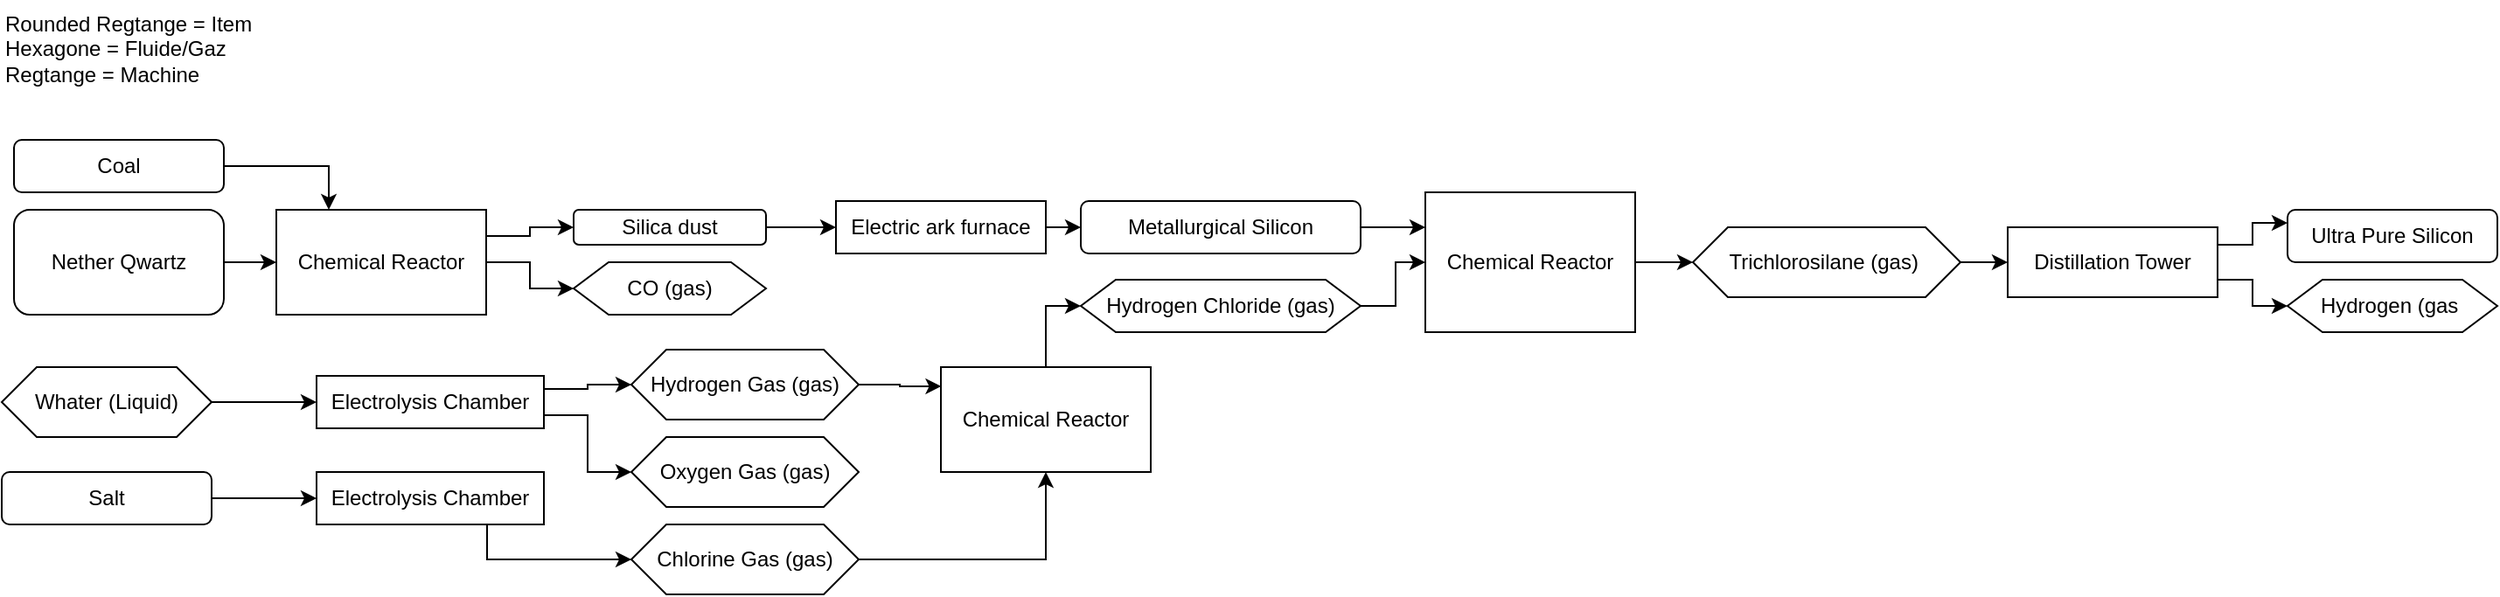
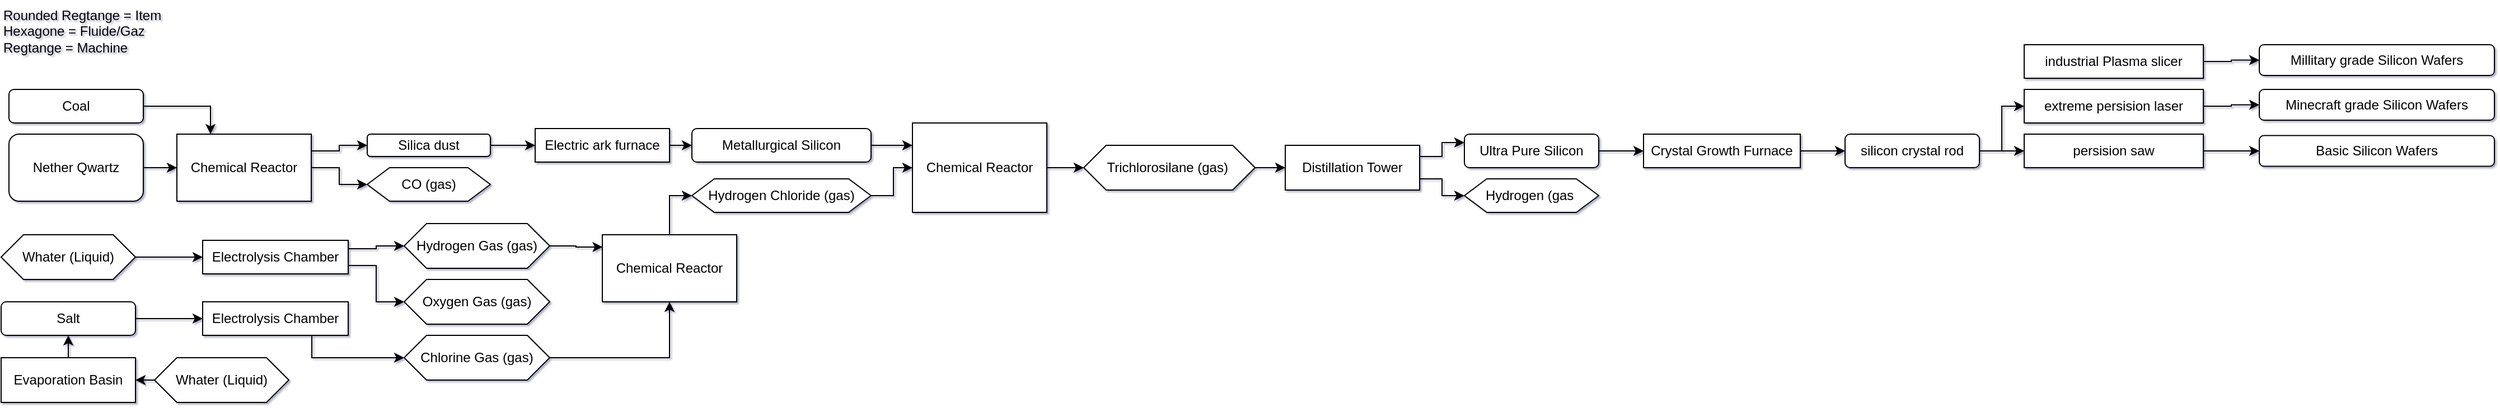
<mxfile host="Electron">
  <diagram name="Page-1" id="UTs_a_HMrb7OMIBYMdIO">
-     <mxGraphModel dx="857" dy="539" grid="1" gridSize="10" guides="1" tooltips="1" connect="1" arrows="1" fold="1" page="1" pageScale="1" pageWidth="827" pageHeight="1169" math="0" shadow="0">
+     <mxGraphModel dx="1768" dy="1111" grid="1" gridSize="10" guides="1" tooltips="1" connect="1" arrows="1" fold="1" page="1" pageScale="1" pageWidth="827" pageHeight="1169" background="none" math="0" shadow="1">
      <root>
        <mxCell id="0" />
        <mxCell id="1" parent="0" />
        <mxCell id="CxqFvdHV91DZN7gc9sbr-11" edge="1" parent="1" source="CxqFvdHV91DZN7gc9sbr-2" style="edgeStyle=orthogonalEdgeStyle;rounded=0;orthogonalLoop=1;jettySize=auto;html=1;" target="CxqFvdHV91DZN7gc9sbr-9" value="">
          <mxGeometry relative="1" as="geometry" />
        </mxCell>
        <mxCell id="CxqFvdHV91DZN7gc9sbr-2" parent="1" style="rounded=1;whiteSpace=wrap;html=1;" value="Nether&amp;nbsp;&lt;span style=&quot;background-color: transparent; color: light-dark(rgb(0, 0, 0), rgb(255, 255, 255));&quot;&gt;Qwartz&lt;/span&gt;" vertex="1">
          <mxGeometry height="60" width="120" x="20" y="130" as="geometry" />
        </mxCell>
        <mxCell id="CxqFvdHV91DZN7gc9sbr-7" parent="1" style="text;whiteSpace=wrap;" value="Rounded Regtange = Item&#xa;Hexagone = Fluide/Gaz&#xa;Regtange = Machine" vertex="1">
          <mxGeometry height="40" width="400" x="13" y="10" as="geometry" />
        </mxCell>
        <mxCell id="CxqFvdHV91DZN7gc9sbr-18" edge="1" parent="1" source="CxqFvdHV91DZN7gc9sbr-9" style="edgeStyle=orthogonalEdgeStyle;rounded=0;orthogonalLoop=1;jettySize=auto;html=1;exitX=1;exitY=0.25;exitDx=0;exitDy=0;entryX=0;entryY=0.5;entryDx=0;entryDy=0;" target="CxqFvdHV91DZN7gc9sbr-13">
          <mxGeometry relative="1" as="geometry" />
        </mxCell>
        <mxCell id="CxqFvdHV91DZN7gc9sbr-9" parent="1" style="rounded=0;whiteSpace=wrap;html=1;" value="Chemical Reactor" vertex="1">
          <mxGeometry height="60" width="120" x="170" y="130" as="geometry" />
        </mxCell>
        <mxCell id="CxqFvdHV91DZN7gc9sbr-12" edge="1" parent="1" source="CxqFvdHV91DZN7gc9sbr-10" style="edgeStyle=orthogonalEdgeStyle;rounded=0;orthogonalLoop=1;jettySize=auto;html=1;exitX=1;exitY=0.5;exitDx=0;exitDy=0;entryX=0.25;entryY=0;entryDx=0;entryDy=0;" target="CxqFvdHV91DZN7gc9sbr-9">
          <mxGeometry relative="1" as="geometry" />
        </mxCell>
        <mxCell id="CxqFvdHV91DZN7gc9sbr-10" parent="1" style="rounded=1;whiteSpace=wrap;html=1;" value="Coal" vertex="1">
          <mxGeometry height="30" width="120" x="20" y="90" as="geometry" />
        </mxCell>
        <mxCell id="CxqFvdHV91DZN7gc9sbr-20" edge="1" parent="1" source="CxqFvdHV91DZN7gc9sbr-13" style="edgeStyle=orthogonalEdgeStyle;rounded=0;orthogonalLoop=1;jettySize=auto;html=1;exitX=1;exitY=0.5;exitDx=0;exitDy=0;entryX=0;entryY=0.5;entryDx=0;entryDy=0;" target="CxqFvdHV91DZN7gc9sbr-19">
          <mxGeometry relative="1" as="geometry" />
        </mxCell>
        <mxCell id="CxqFvdHV91DZN7gc9sbr-13" parent="1" style="rounded=1;whiteSpace=wrap;html=1;" value="Silica dust" vertex="1">
          <mxGeometry height="20" width="110" x="340" y="130" as="geometry" />
        </mxCell>
        <mxCell id="CxqFvdHV91DZN7gc9sbr-15" parent="1" style="shape=hexagon;perimeter=hexagonPerimeter2;whiteSpace=wrap;html=1;fixedSize=1;" value="CO (gas)" vertex="1">
          <mxGeometry height="30" width="110" x="340" y="160" as="geometry" />
        </mxCell>
        <mxCell id="CxqFvdHV91DZN7gc9sbr-16" edge="1" parent="1" source="CxqFvdHV91DZN7gc9sbr-9" style="edgeStyle=orthogonalEdgeStyle;rounded=0;orthogonalLoop=1;jettySize=auto;html=1;" target="CxqFvdHV91DZN7gc9sbr-15" value="">
          <mxGeometry relative="1" as="geometry" />
        </mxCell>
        <mxCell id="CxqFvdHV91DZN7gc9sbr-22" edge="1" parent="1" source="CxqFvdHV91DZN7gc9sbr-19" style="edgeStyle=orthogonalEdgeStyle;rounded=0;orthogonalLoop=1;jettySize=auto;html=1;exitX=1;exitY=0.5;exitDx=0;exitDy=0;entryX=0;entryY=0.5;entryDx=0;entryDy=0;" target="CxqFvdHV91DZN7gc9sbr-21">
          <mxGeometry relative="1" as="geometry" />
        </mxCell>
        <mxCell id="CxqFvdHV91DZN7gc9sbr-19" parent="1" style="rounded=0;whiteSpace=wrap;html=1;" value="Electric ark furnace" vertex="1">
          <mxGeometry height="30" width="120" x="490" y="125" as="geometry" />
        </mxCell>
        <mxCell id="CxqFvdHV91DZN7gc9sbr-29" edge="1" parent="1" source="CxqFvdHV91DZN7gc9sbr-21" style="edgeStyle=orthogonalEdgeStyle;rounded=0;orthogonalLoop=1;jettySize=auto;html=1;exitX=1;exitY=0.5;exitDx=0;exitDy=0;entryX=0;entryY=0.25;entryDx=0;entryDy=0;" target="CxqFvdHV91DZN7gc9sbr-28">
          <mxGeometry relative="1" as="geometry" />
        </mxCell>
        <mxCell id="CxqFvdHV91DZN7gc9sbr-21" parent="1" style="rounded=1;whiteSpace=wrap;html=1;" value="Metallurgical Silicon" vertex="1">
          <mxGeometry height="30" width="160" x="630" y="125" as="geometry" />
        </mxCell>
        <mxCell id="CxqFvdHV91DZN7gc9sbr-30" edge="1" parent="1" source="CxqFvdHV91DZN7gc9sbr-27" style="edgeStyle=orthogonalEdgeStyle;rounded=0;orthogonalLoop=1;jettySize=auto;html=1;exitX=1;exitY=0.5;exitDx=0;exitDy=0;entryX=0;entryY=0.5;entryDx=0;entryDy=0;" target="CxqFvdHV91DZN7gc9sbr-28">
          <mxGeometry relative="1" as="geometry" />
        </mxCell>
        <mxCell id="CxqFvdHV91DZN7gc9sbr-27" parent="1" style="shape=hexagon;perimeter=hexagonPerimeter2;whiteSpace=wrap;html=1;fixedSize=1;" value="Hydrogen Chloride (gas)" vertex="1">
          <mxGeometry height="30" width="160" x="630" y="170" as="geometry" />
        </mxCell>
        <mxCell id="CxqFvdHV91DZN7gc9sbr-34" edge="1" parent="1" source="CxqFvdHV91DZN7gc9sbr-28" style="edgeStyle=orthogonalEdgeStyle;rounded=0;orthogonalLoop=1;jettySize=auto;html=1;exitX=1;exitY=0.5;exitDx=0;exitDy=0;entryX=0;entryY=0.5;entryDx=0;entryDy=0;" target="CxqFvdHV91DZN7gc9sbr-31">
          <mxGeometry relative="1" as="geometry" />
        </mxCell>
        <mxCell id="CxqFvdHV91DZN7gc9sbr-28" parent="1" style="rounded=0;whiteSpace=wrap;html=1;" value="Chemical Reactor" vertex="1">
          <mxGeometry height="80" width="120" x="827" y="120" as="geometry" />
        </mxCell>
        <mxCell id="CxqFvdHV91DZN7gc9sbr-37" edge="1" parent="1" source="CxqFvdHV91DZN7gc9sbr-31" style="edgeStyle=orthogonalEdgeStyle;rounded=0;orthogonalLoop=1;jettySize=auto;html=1;exitX=1;exitY=0.5;exitDx=0;exitDy=0;" target="CxqFvdHV91DZN7gc9sbr-36">
          <mxGeometry relative="1" as="geometry" />
        </mxCell>
        <mxCell id="CxqFvdHV91DZN7gc9sbr-31" parent="1" style="shape=hexagon;perimeter=hexagonPerimeter2;whiteSpace=wrap;html=1;fixedSize=1;" value="Trichlorosilane (gas)&amp;nbsp;" vertex="1">
          <mxGeometry height="40" width="153" x="980" y="140" as="geometry" />
        </mxCell>
        <mxCell id="CxqFvdHV91DZN7gc9sbr-39" edge="1" parent="1" source="CxqFvdHV91DZN7gc9sbr-36" style="edgeStyle=orthogonalEdgeStyle;rounded=0;orthogonalLoop=1;jettySize=auto;html=1;exitX=1;exitY=0.25;exitDx=0;exitDy=0;entryX=0;entryY=0.25;entryDx=0;entryDy=0;" target="CxqFvdHV91DZN7gc9sbr-38">
          <mxGeometry relative="1" as="geometry" />
        </mxCell>
        <mxCell id="CxqFvdHV91DZN7gc9sbr-41" edge="1" parent="1" source="CxqFvdHV91DZN7gc9sbr-36" style="edgeStyle=orthogonalEdgeStyle;rounded=0;orthogonalLoop=1;jettySize=auto;html=1;exitX=1;exitY=0.75;exitDx=0;exitDy=0;entryX=0;entryY=0.5;entryDx=0;entryDy=0;" target="CxqFvdHV91DZN7gc9sbr-40">
          <mxGeometry relative="1" as="geometry" />
        </mxCell>
        <mxCell id="CxqFvdHV91DZN7gc9sbr-36" parent="1" style="rounded=0;whiteSpace=wrap;html=1;" value="Distillation Tower" vertex="1">
          <mxGeometry height="40" width="120" x="1160" y="140" as="geometry" />
        </mxCell>
+         <mxCell id="CxqFvdHV91DZN7gc9sbr-70" edge="1" parent="1" source="CxqFvdHV91DZN7gc9sbr-38" style="edgeStyle=orthogonalEdgeStyle;rounded=0;orthogonalLoop=1;jettySize=auto;html=1;exitX=1;exitY=0.5;exitDx=0;exitDy=0;entryX=0;entryY=0.5;entryDx=0;entryDy=0;" target="CxqFvdHV91DZN7gc9sbr-69">
+           <mxGeometry relative="1" as="geometry" />
+         </mxCell>
        <mxCell id="CxqFvdHV91DZN7gc9sbr-38" parent="1" style="rounded=1;whiteSpace=wrap;html=1;" value="Ultra Pure Silicon" vertex="1">
          <mxGeometry height="30" width="120" x="1320" y="130" as="geometry" />
        </mxCell>
        <mxCell id="CxqFvdHV91DZN7gc9sbr-40" parent="1" style="shape=hexagon;perimeter=hexagonPerimeter2;whiteSpace=wrap;html=1;fixedSize=1;" value="Hydrogen (gas&amp;nbsp;" vertex="1">
          <mxGeometry height="30" width="120" x="1320" y="170" as="geometry" />
        </mxCell>
        <mxCell id="CxqFvdHV91DZN7gc9sbr-45" edge="1" parent="1" source="CxqFvdHV91DZN7gc9sbr-42" style="edgeStyle=orthogonalEdgeStyle;rounded=0;orthogonalLoop=1;jettySize=auto;html=1;exitX=1;exitY=0.5;exitDx=0;exitDy=0;entryX=0;entryY=0.5;entryDx=0;entryDy=0;" target="CxqFvdHV91DZN7gc9sbr-44">
          <mxGeometry relative="1" as="geometry" />
        </mxCell>
        <mxCell id="CxqFvdHV91DZN7gc9sbr-42" parent="1" style="shape=hexagon;perimeter=hexagonPerimeter2;whiteSpace=wrap;html=1;fixedSize=1;" value="Whater (Liquid)" vertex="1">
          <mxGeometry height="40" width="120" x="13" y="220" as="geometry" />
        </mxCell>
        <mxCell id="CxqFvdHV91DZN7gc9sbr-48" edge="1" parent="1" source="CxqFvdHV91DZN7gc9sbr-44" style="edgeStyle=orthogonalEdgeStyle;rounded=0;orthogonalLoop=1;jettySize=auto;html=1;exitX=1;exitY=0.25;exitDx=0;exitDy=0;entryX=0;entryY=0.5;entryDx=0;entryDy=0;" target="CxqFvdHV91DZN7gc9sbr-46">
          <mxGeometry relative="1" as="geometry" />
        </mxCell>
        <mxCell id="CxqFvdHV91DZN7gc9sbr-49" edge="1" parent="1" source="CxqFvdHV91DZN7gc9sbr-44" style="edgeStyle=orthogonalEdgeStyle;rounded=0;orthogonalLoop=1;jettySize=auto;html=1;exitX=1;exitY=0.75;exitDx=0;exitDy=0;entryX=0;entryY=0.5;entryDx=0;entryDy=0;" target="CxqFvdHV91DZN7gc9sbr-47">
          <mxGeometry relative="1" as="geometry" />
        </mxCell>
        <mxCell id="CxqFvdHV91DZN7gc9sbr-44" parent="1" style="rounded=0;whiteSpace=wrap;html=1;" value="Electrolysis Chamber" vertex="1">
          <mxGeometry height="30" width="130" x="193" y="225" as="geometry" />
        </mxCell>
        <mxCell id="CxqFvdHV91DZN7gc9sbr-46" parent="1" style="shape=hexagon;perimeter=hexagonPerimeter2;whiteSpace=wrap;html=1;fixedSize=1;" value="Hydrogen Gas (gas)" vertex="1">
          <mxGeometry height="40" width="130" x="373" y="210" as="geometry" />
        </mxCell>
        <mxCell id="CxqFvdHV91DZN7gc9sbr-47" parent="1" style="shape=hexagon;perimeter=hexagonPerimeter2;whiteSpace=wrap;html=1;fixedSize=1;" value=" Oxygen Gas (gas)" vertex="1">
          <mxGeometry height="40" width="130" x="373" y="260" as="geometry" />
        </mxCell>
        <mxCell id="CxqFvdHV91DZN7gc9sbr-55" edge="1" parent="1" source="CxqFvdHV91DZN7gc9sbr-52" style="edgeStyle=orthogonalEdgeStyle;rounded=0;orthogonalLoop=1;jettySize=auto;html=1;exitX=1;exitY=0.5;exitDx=0;exitDy=0;entryX=0.5;entryY=1;entryDx=0;entryDy=0;" target="CxqFvdHV91DZN7gc9sbr-53">
          <mxGeometry relative="1" as="geometry" />
        </mxCell>
        <mxCell id="CxqFvdHV91DZN7gc9sbr-52" parent="1" style="shape=hexagon;perimeter=hexagonPerimeter2;whiteSpace=wrap;html=1;fixedSize=1;" value=" Chlorine Gas (gas)" vertex="1">
          <mxGeometry height="40" width="130" x="373" y="310" as="geometry" />
        </mxCell>
        <mxCell id="CxqFvdHV91DZN7gc9sbr-56" edge="1" parent="1" source="CxqFvdHV91DZN7gc9sbr-53" style="edgeStyle=orthogonalEdgeStyle;rounded=0;orthogonalLoop=1;jettySize=auto;html=1;exitX=0.5;exitY=0;exitDx=0;exitDy=0;entryX=0;entryY=0.5;entryDx=0;entryDy=0;" target="CxqFvdHV91DZN7gc9sbr-27">
          <mxGeometry relative="1" as="geometry" />
        </mxCell>
        <mxCell id="CxqFvdHV91DZN7gc9sbr-53" parent="1" style="rounded=0;whiteSpace=wrap;html=1;" value="Chemical Reactor" vertex="1">
          <mxGeometry height="60" width="120" x="550" y="220" as="geometry" />
        </mxCell>
        <mxCell id="CxqFvdHV91DZN7gc9sbr-54" edge="1" parent="1" source="CxqFvdHV91DZN7gc9sbr-46" style="edgeStyle=orthogonalEdgeStyle;rounded=0;orthogonalLoop=1;jettySize=auto;html=1;exitX=1;exitY=0.5;exitDx=0;exitDy=0;entryX=0.002;entryY=0.183;entryDx=0;entryDy=0;entryPerimeter=0;" target="CxqFvdHV91DZN7gc9sbr-53">
          <mxGeometry relative="1" as="geometry" />
        </mxCell>
        <mxCell id="CxqFvdHV91DZN7gc9sbr-59" edge="1" parent="1" source="CxqFvdHV91DZN7gc9sbr-57" style="edgeStyle=orthogonalEdgeStyle;rounded=0;orthogonalLoop=1;jettySize=auto;html=1;exitX=1;exitY=0.5;exitDx=0;exitDy=0;entryX=0;entryY=0.5;entryDx=0;entryDy=0;" target="CxqFvdHV91DZN7gc9sbr-58">
          <mxGeometry relative="1" as="geometry" />
        </mxCell>
        <mxCell id="CxqFvdHV91DZN7gc9sbr-57" parent="1" style="rounded=1;whiteSpace=wrap;html=1;" value="Salt" vertex="1">
          <mxGeometry height="30" width="120" x="13" y="280" as="geometry" />
        </mxCell>
        <mxCell id="CxqFvdHV91DZN7gc9sbr-60" edge="1" parent="1" source="CxqFvdHV91DZN7gc9sbr-58" style="edgeStyle=orthogonalEdgeStyle;rounded=0;orthogonalLoop=1;jettySize=auto;html=1;exitX=0.75;exitY=1;exitDx=0;exitDy=0;entryX=0;entryY=0.5;entryDx=0;entryDy=0;" target="CxqFvdHV91DZN7gc9sbr-52">
          <mxGeometry relative="1" as="geometry" />
        </mxCell>
        <mxCell id="CxqFvdHV91DZN7gc9sbr-58" parent="1" style="rounded=0;whiteSpace=wrap;html=1;" value="Electrolysis Chamber" vertex="1">
          <mxGeometry height="30" width="130" x="193" y="280" as="geometry" />
        </mxCell>
+         <mxCell id="CxqFvdHV91DZN7gc9sbr-65" edge="1" parent="1" source="CxqFvdHV91DZN7gc9sbr-62" style="edgeStyle=orthogonalEdgeStyle;rounded=0;orthogonalLoop=1;jettySize=auto;html=1;exitX=0;exitY=0.5;exitDx=0;exitDy=0;entryX=1;entryY=0.5;entryDx=0;entryDy=0;" target="CxqFvdHV91DZN7gc9sbr-63">
+           <mxGeometry relative="1" as="geometry" />
+         </mxCell>
+         <mxCell id="CxqFvdHV91DZN7gc9sbr-62" parent="1" style="shape=hexagon;perimeter=hexagonPerimeter2;whiteSpace=wrap;html=1;fixedSize=1;" value="Whater (Liquid)" vertex="1">
+           <mxGeometry height="40" width="120" x="150" y="330" as="geometry" />
+         </mxCell>
+         <mxCell id="CxqFvdHV91DZN7gc9sbr-64" edge="1" parent="1" source="CxqFvdHV91DZN7gc9sbr-63" style="edgeStyle=orthogonalEdgeStyle;rounded=0;orthogonalLoop=1;jettySize=auto;html=1;exitX=0.5;exitY=0;exitDx=0;exitDy=0;entryX=0.5;entryY=1;entryDx=0;entryDy=0;" target="CxqFvdHV91DZN7gc9sbr-57">
+           <mxGeometry relative="1" as="geometry" />
+         </mxCell>
+         <mxCell id="CxqFvdHV91DZN7gc9sbr-63" parent="1" style="rounded=0;whiteSpace=wrap;html=1;" value="Evaporation Basin" vertex="1">
+           <mxGeometry height="40" width="120" x="13" y="330" as="geometry" />
+         </mxCell>
+         <mxCell id="CxqFvdHV91DZN7gc9sbr-73" edge="1" parent="1" source="CxqFvdHV91DZN7gc9sbr-66" style="edgeStyle=orthogonalEdgeStyle;rounded=0;orthogonalLoop=1;jettySize=auto;html=1;exitX=1;exitY=0.5;exitDx=0;exitDy=0;entryX=0;entryY=0.5;entryDx=0;entryDy=0;" target="CxqFvdHV91DZN7gc9sbr-72">
+           <mxGeometry relative="1" as="geometry" />
+         </mxCell>
+         <mxCell id="CxqFvdHV91DZN7gc9sbr-78" edge="1" parent="1" source="CxqFvdHV91DZN7gc9sbr-66" style="edgeStyle=orthogonalEdgeStyle;rounded=0;orthogonalLoop=1;jettySize=auto;html=1;exitX=1;exitY=0.5;exitDx=0;exitDy=0;entryX=0;entryY=0.5;entryDx=0;entryDy=0;" target="CxqFvdHV91DZN7gc9sbr-76">
+           <mxGeometry relative="1" as="geometry" />
+         </mxCell>
+         <mxCell id="CxqFvdHV91DZN7gc9sbr-66" parent="1" style="rounded=1;whiteSpace=wrap;html=1;" value="silicon crystal rod" vertex="1">
+           <mxGeometry height="30" width="120" x="1660" y="130" as="geometry" />
+         </mxCell>
+         <mxCell id="CxqFvdHV91DZN7gc9sbr-71" edge="1" parent="1" source="CxqFvdHV91DZN7gc9sbr-69" style="edgeStyle=orthogonalEdgeStyle;rounded=0;orthogonalLoop=1;jettySize=auto;html=1;exitX=1;exitY=0.5;exitDx=0;exitDy=0;entryX=0;entryY=0.5;entryDx=0;entryDy=0;" target="CxqFvdHV91DZN7gc9sbr-66">
+           <mxGeometry relative="1" as="geometry" />
+         </mxCell>
+         <mxCell id="CxqFvdHV91DZN7gc9sbr-69" parent="1" style="rounded=0;whiteSpace=wrap;html=1;" value="Crystal Growth Furnace" vertex="1">
+           <mxGeometry height="30" width="140" x="1480" y="130" as="geometry" />
+         </mxCell>
+         <mxCell id="CxqFvdHV91DZN7gc9sbr-75" edge="1" parent="1" source="CxqFvdHV91DZN7gc9sbr-72" style="edgeStyle=orthogonalEdgeStyle;rounded=0;orthogonalLoop=1;jettySize=auto;html=1;exitX=1;exitY=0.5;exitDx=0;exitDy=0;entryX=0;entryY=0.5;entryDx=0;entryDy=0;" target="CxqFvdHV91DZN7gc9sbr-74">
+           <mxGeometry relative="1" as="geometry" />
+         </mxCell>
+         <mxCell id="CxqFvdHV91DZN7gc9sbr-72" parent="1" style="rounded=0;whiteSpace=wrap;html=1;" value="persision saw" vertex="1">
+           <mxGeometry height="30" width="160" x="1820" y="130" as="geometry" />
+         </mxCell>
+         <mxCell id="CxqFvdHV91DZN7gc9sbr-74" parent="1" style="rounded=1;whiteSpace=wrap;html=1;" value="Basic Silicon Wafers" vertex="1">
+           <mxGeometry height="27.5" width="210" x="2030" y="131.25" as="geometry" />
+         </mxCell>
+         <mxCell id="CxqFvdHV91DZN7gc9sbr-80" edge="1" parent="1" source="CxqFvdHV91DZN7gc9sbr-76" style="edgeStyle=orthogonalEdgeStyle;rounded=0;orthogonalLoop=1;jettySize=auto;html=1;exitX=1;exitY=0.5;exitDx=0;exitDy=0;entryX=0;entryY=0.5;entryDx=0;entryDy=0;" target="CxqFvdHV91DZN7gc9sbr-79">
+           <mxGeometry relative="1" as="geometry" />
+         </mxCell>
+         <mxCell id="CxqFvdHV91DZN7gc9sbr-76" parent="1" style="rounded=0;whiteSpace=wrap;html=1;" value="extreme persision laser" vertex="1">
+           <mxGeometry height="30" width="160" x="1820" y="90" as="geometry" />
+         </mxCell>
+         <mxCell id="CxqFvdHV91DZN7gc9sbr-79" parent="1" style="rounded=1;whiteSpace=wrap;html=1;" value="Minecraft grade Silicon Wafers" vertex="1">
+           <mxGeometry height="27.5" width="210" x="2030" y="90" as="geometry" />
+         </mxCell>
+         <mxCell id="CxqFvdHV91DZN7gc9sbr-83" edge="1" parent="1" source="CxqFvdHV91DZN7gc9sbr-81" style="edgeStyle=orthogonalEdgeStyle;rounded=0;orthogonalLoop=1;jettySize=auto;html=1;exitX=1;exitY=0.5;exitDx=0;exitDy=0;" target="CxqFvdHV91DZN7gc9sbr-82">
+           <mxGeometry relative="1" as="geometry" />
+         </mxCell>
+         <mxCell id="CxqFvdHV91DZN7gc9sbr-81" parent="1" style="rounded=0;whiteSpace=wrap;html=1;" value="industrial Plasma slicer" vertex="1">
+           <mxGeometry height="30" width="160" x="1820" y="50" as="geometry" />
+         </mxCell>
+         <mxCell id="CxqFvdHV91DZN7gc9sbr-82" parent="1" style="rounded=1;whiteSpace=wrap;html=1;" value="Millitary grade Silicon Wafers" vertex="1">
+           <mxGeometry height="27.5" width="210" x="2030" y="50" as="geometry" />
+         </mxCell>
      </root>
    </mxGraphModel>
  </diagram>
</mxfile>
